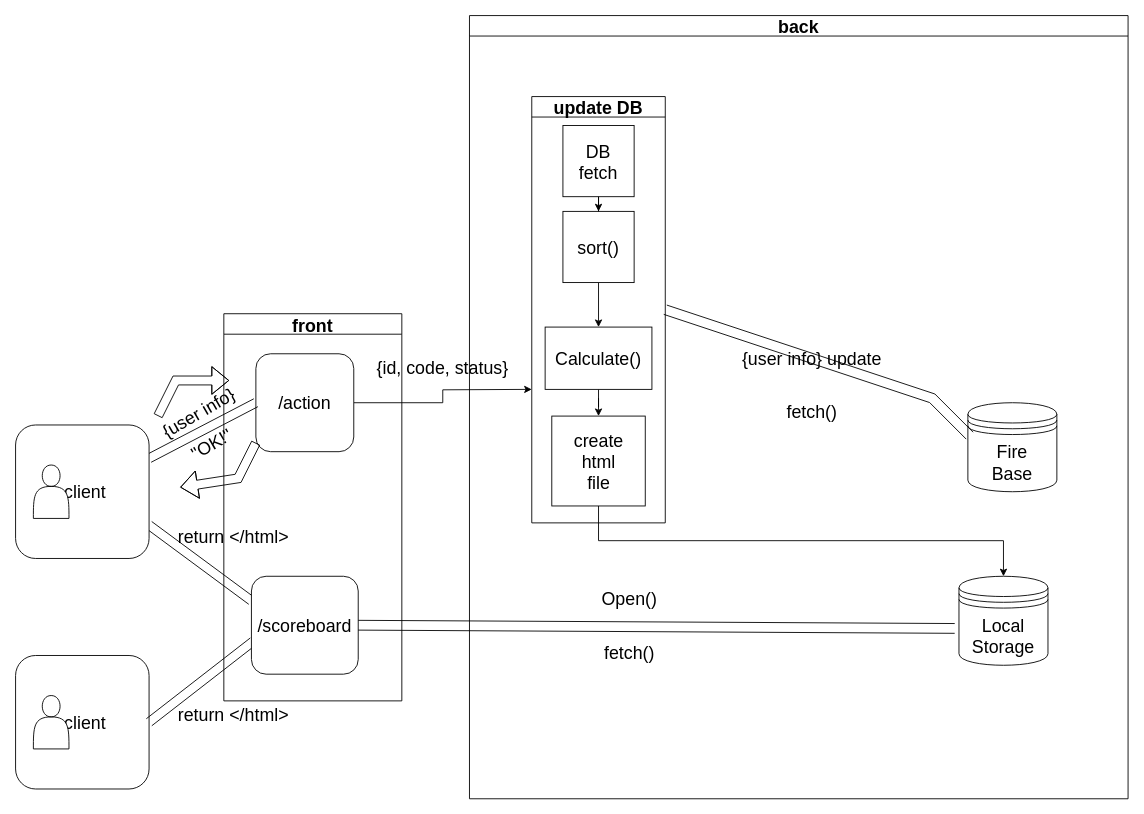
zjvlwndehr/drawio keeps this draw.io diagram as INC_HC.drawio. Above is the earlier version. Source tidied: cells renumbered, new cells numbered last; positions are measured from the earlier drawing's top-left corner, leaving out a move shared by most shapes. Both pictures are drawn from the tidied source at 89%, with x=0, y=0 at pixel (15, 15).
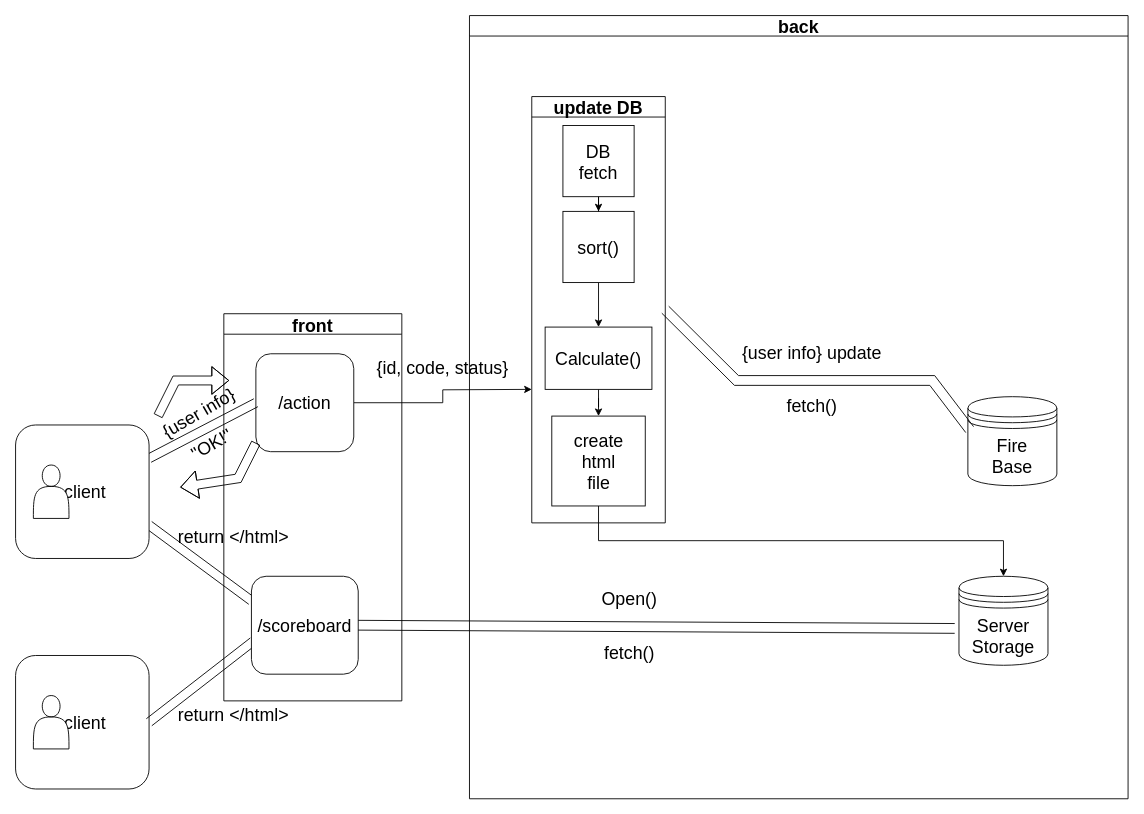
The same page after the edit.

The change refers to these unchanged cells:
```xml
<mxCell id="22" value="Fire&lt;br&gt;Base" style="shape=datastore;whiteSpace=wrap;html=1;fontSize=20;" parent="21" vertex="1">
  <mxGeometry x="180" y="88.2" width="100" height="100" as="geometry" />
</mxCell>
<mxCell id="33" value="update DB" style="swimlane;fontSize=20;startSize=23;" parent="32" vertex="1">
  <mxGeometry x="70" y="91" width="150" height="479" as="geometry" />
</mxCell>
```

The edit, as a diff of the source:
```diff
@@
     <mxCell id="20" style="group;" parent="1" vertex="1">
-      <mxGeometry x="890" y="346.8" width="280" height="242.2" as="geometry" />
+      <mxGeometry x="890" y="340" width="280" height="242.2" as="geometry" />
     </mxCell>
@@
-    <mxCell id="28" value="Local&lt;br&gt;Storage" style="shape=datastore;whiteSpace=wrap;html=1;fontSize=20;" parent="1" vertex="1">
+    <mxCell id="28" value="Server&lt;br&gt;Storage" style="shape=datastore;whiteSpace=wrap;html=1;fontSize=20;" parent="1" vertex="1">
       <mxGeometry x="1060" y="630" width="100" height="100" as="geometry" />
     </mxCell>
@@
     <mxCell id="41" style="shape=link;html=1;rounded=0;fontSize=20;width=11;entryX=0.02;entryY=0.37;entryDx=0;entryDy=0;entryPerimeter=0;exitX=1;exitY=0.5;exitDx=0;exitDy=0;" parent="1" edge="1" source="33" target="22">
       <mxGeometry relative="1" as="geometry">
         <Array as="points">
-          <mxPoint x="1030" y="430" />
+          <mxPoint x="810" y="410" />
+          <mxPoint x="1030" y="410" />
         </Array>
       </mxGeometry>
     </mxCell>
```
